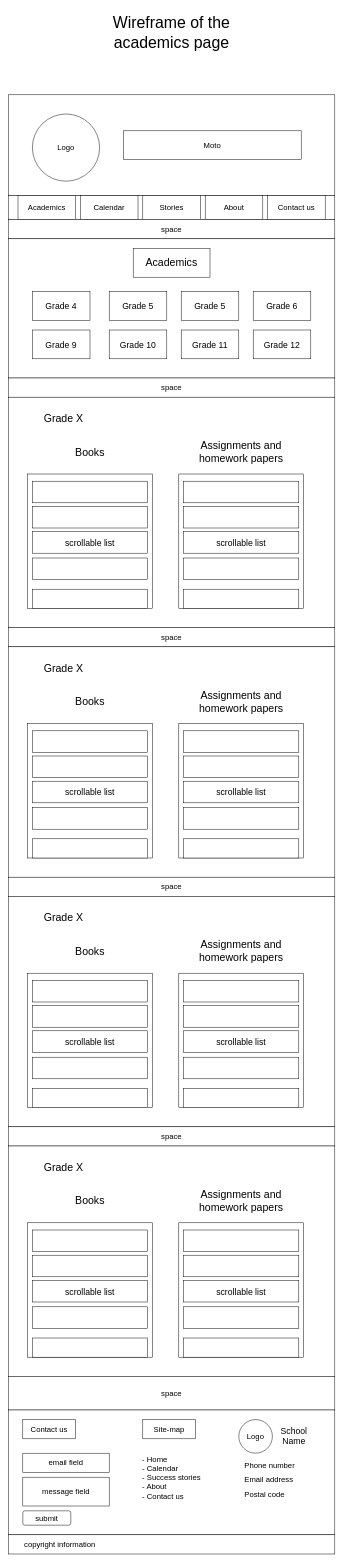
Earlier version of the draw.io diagram design/academics_page_wireframe.drawio (sami-bre/UGR-0848-13). Source tidied: cells renumbered, new cells numbered last; positions are measured from the earlier drawing's top-left corner, leaving out a move shared by most shapes. Both pictures are drawn from the tidied source at 48%, with x=0, y=0 at pixel (8, 8).
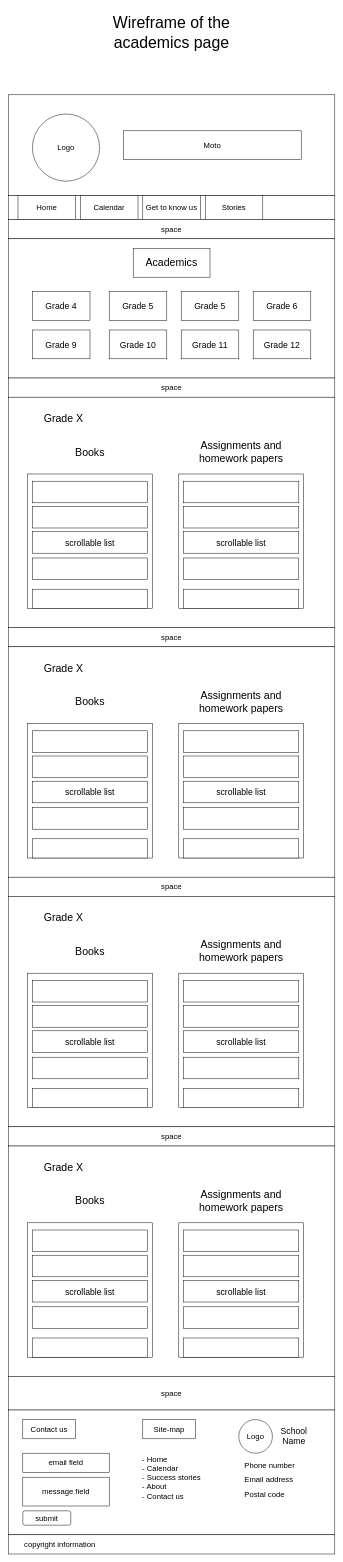
Above is the later version.

Change to the diagram source:
```diff
@@
-    <mxCell id="7" value="Academics" style="rounded=0;whiteSpace=wrap;html=1;fontSize=16;" parent="1" vertex="1">
+    <mxCell id="7" value="Home" style="rounded=0;whiteSpace=wrap;html=1;fontSize=16;" parent="1" vertex="1">
       <mxGeometry x="20" y="390" width="120" height="50" as="geometry" />
     </mxCell>
@@
-    <mxCell id="9" value="About" style="rounded=0;whiteSpace=wrap;html=1;fontSize=16;" parent="1" vertex="1">
-      <mxGeometry x="410" y="390" width="120" height="50" as="geometry" />
-    </mxCell>
-    <mxCell id="10" value="Contact us" style="rounded=0;whiteSpace=wrap;html=1;fontSize=16;" parent="1" vertex="1">
-      <mxGeometry x="540" y="390" width="120" height="50" as="geometry" />
-    </mxCell>
@@
-    <mxCell id="12" value="Stories" style="rounded=0;whiteSpace=wrap;html=1;fontSize=16;" parent="1" vertex="1">
+    <mxCell id="12" value="Get to know us" style="rounded=0;whiteSpace=wrap;html=1;fontSize=16;" parent="1" vertex="1">
       <mxGeometry x="280" y="390" width="120" height="50" as="geometry" />
     </mxCell>
@@
+    <mxCell id="109" value="Stories" style="rounded=0;whiteSpace=wrap;html=1;fontSize=16;" parent="1" vertex="1">
+      <mxGeometry x="410" y="390" width="120" height="50" as="geometry" />
+    </mxCell>
```
